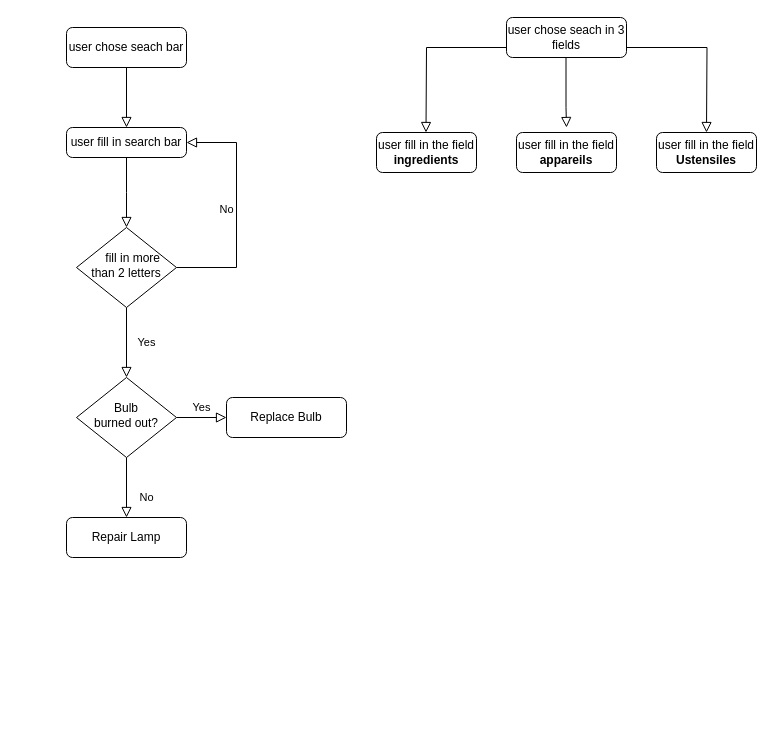
This is Diagramme sans nom.drawio from YU-KENT/les-petits-plats, a draw.io file, before an edit. Source tidied: cells renumbered, new cells numbered last; positions are measured from the earlier drawing's top-left corner, leaving out a move shared by most shapes. Both pictures are drawn from the tidied source at 100%, with x=0, y=0 at pixel (66, 17).
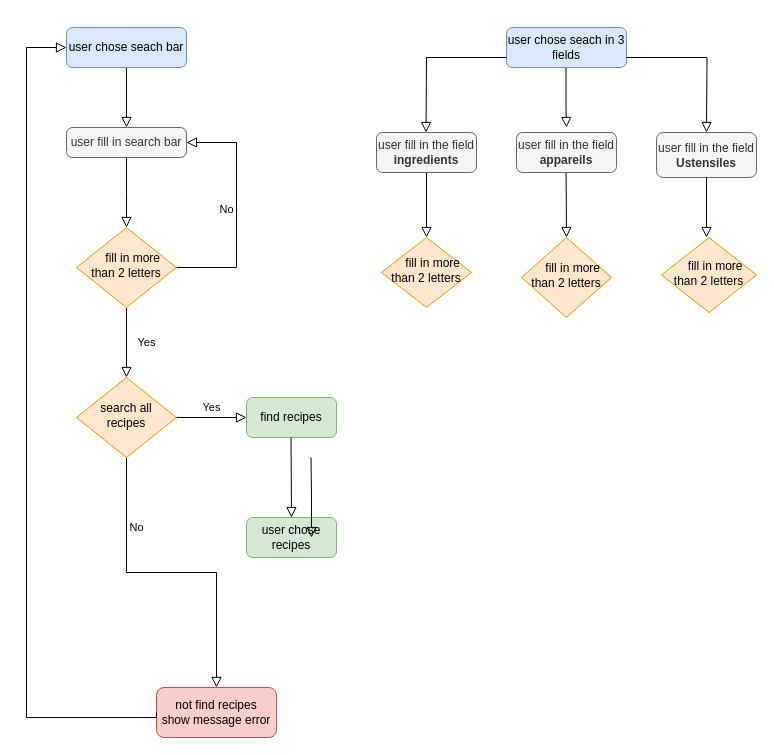
Above is the later version.

Commit message (it also covers changes not shown here):
Mettre à jour Diagramme sans nom.drawio

Change to the diagram source:
```diff
@@
+    <mxCell id="22" style="rounded=0;html=1;jettySize=auto;orthogonalLoop=1;fontSize=11;endArrow=block;endFill=0;endSize=8;strokeWidth=1;shadow=0;labelBackgroundColor=none;edgeStyle=orthogonalEdgeStyle;startArrow=none;" parent="1" edge="1">
+      <mxGeometry relative="1" as="geometry">
+        <mxPoint x="641" y="150" as="sourcePoint" />
+        <mxPoint x="640" y="220" as="targetPoint" />
+        <Array as="points">
+          <mxPoint x="641" y="160" />
+          <mxPoint x="640" y="160" />
+        </Array>
+      </mxGeometry>
+    </mxCell>
+    <mxCell id="19" style="rounded=0;html=1;jettySize=auto;orthogonalLoop=1;fontSize=11;endArrow=block;endFill=0;endSize=8;strokeWidth=1;shadow=0;labelBackgroundColor=none;edgeStyle=orthogonalEdgeStyle;startArrow=none;exitX=0.5;exitY=1;exitDx=0;exitDy=0;" parent="1" edge="1">
+      <mxGeometry relative="1" as="geometry">
+        <mxPoint x="499.5" y="40" as="sourcePoint" />
+        <mxPoint x="500" y="110" as="targetPoint" />
+        <Array as="points">
+          <mxPoint x="500" y="90" />
+          <mxPoint x="500" y="90" />
+        </Array>
+      </mxGeometry>
+    </mxCell>
+    <mxCell id="23" style="rounded=0;html=1;jettySize=auto;fontSize=11;endArrow=block;endFill=0;endSize=8;strokeWidth=1;shadow=0;labelBackgroundColor=none;edgeStyle=orthogonalEdgeStyle;startArrow=none;exitX=0.5;exitY=1;exitDx=0;exitDy=0;entryX=0.5;entryY=0;entryDx=0;entryDy=0;" parent="1" edge="1" target="30">
+      <mxGeometry relative="1" as="geometry">
+        <mxPoint x="499.5" y="140" as="sourcePoint" />
+      </mxGeometry>
+    </mxCell>
+    <mxCell id="24" style="rounded=0;html=1;jettySize=auto;orthogonalLoop=1;fontSize=11;endArrow=block;endFill=0;endSize=8;strokeWidth=1;shadow=0;labelBackgroundColor=none;edgeStyle=orthogonalEdgeStyle;startArrow=none;" parent="1" edge="1">
+      <mxGeometry relative="1" as="geometry">
+        <mxPoint x="360" y="150" as="sourcePoint" />
+        <mxPoint x="360" y="220" as="targetPoint" />
+      </mxGeometry>
+    </mxCell>
@@
-    <mxCell id="6" value="&amp;nbsp; &amp;nbsp; fill in more than 2 letters" style="rhombus;whiteSpace=wrap;html=1;shadow=0;fontFamily=Helvetica;fontSize=12;align=center;strokeWidth=1;spacing=6;spacingTop=-4;" parent="1" vertex="1">
+    <mxCell id="6" value="&amp;nbsp; &amp;nbsp; fill in more than 2 letters" style="rhombus;whiteSpace=wrap;html=1;shadow=0;fontFamily=Helvetica;fontSize=12;align=center;strokeWidth=1;spacing=6;spacingTop=-4;fillColor=#ffe6cc;strokeColor=#d79b00;" parent="1" vertex="1">
       <mxGeometry x="10" y="210" width="100" height="80" as="geometry" />
     </mxCell>
     <mxCell id="7" value="No" style="rounded=0;html=1;jettySize=auto;fontSize=11;endArrow=block;endFill=0;endSize=8;strokeWidth=1;shadow=0;labelBackgroundColor=none;edgeStyle=orthogonalEdgeStyle;" parent="1" edge="1" source="9" target="10">
-      <mxGeometry x="0.33" y="20" relative="1" as="geometry" />
+      <mxGeometry x="-0.56" y="10" relative="1" as="geometry" />
     </mxCell>
@@
-    <mxCell id="9" value="Bulb&lt;br&gt;burned out?" style="rhombus;whiteSpace=wrap;html=1;shadow=0;fontFamily=Helvetica;fontSize=12;align=center;strokeWidth=1;spacing=6;spacingTop=-4;" parent="1" vertex="1">
+    <mxCell id="9" value="search all recipes" style="rhombus;whiteSpace=wrap;html=1;shadow=0;fontFamily=Helvetica;fontSize=12;align=center;strokeWidth=1;spacing=6;spacingTop=-4;fillColor=#ffe6cc;strokeColor=#d79b00;" parent="1" vertex="1">
       <mxGeometry x="10" y="360" width="100" height="80" as="geometry" />
     </mxCell>
-    <mxCell id="10" value="Repair Lamp" style="rounded=1;whiteSpace=wrap;html=1;fontSize=12;glass=0;strokeWidth=1;shadow=0;" parent="1" vertex="1">
-      <mxGeometry y="500" width="120" height="40" as="geometry" />
+    <mxCell id="10" value="not find recipes&lt;br&gt;show message error" style="rounded=1;whiteSpace=wrap;html=1;fontSize=12;glass=0;strokeWidth=1;shadow=0;fillColor=#f8cecc;strokeColor=#b85450;" parent="1" vertex="1">
+      <mxGeometry x="90" y="670" width="120" height="50" as="geometry" />
     </mxCell>
-    <mxCell id="11" value="Replace Bulb" style="rounded=1;whiteSpace=wrap;html=1;fontSize=12;glass=0;strokeWidth=1;shadow=0;" parent="1" vertex="1">
-      <mxGeometry x="160" y="380" width="120" height="40" as="geometry" />
+    <mxCell id="11" value="find recipes" style="rounded=1;whiteSpace=wrap;html=1;fontSize=12;glass=0;strokeWidth=1;shadow=0;fillColor=#d5e8d4;strokeColor=#82b366;" parent="1" vertex="1">
+      <mxGeometry x="180" y="380" width="90" height="40" as="geometry" />
     </mxCell>
-    <mxCell id="12" value="user chose seach in 3 fields" style="rounded=1;whiteSpace=wrap;html=1;fontSize=12;glass=0;strokeWidth=1;shadow=0;" parent="1" vertex="1">
-      <mxGeometry x="440" width="120" height="40" as="geometry" />
+    <mxCell id="12" value="user chose seach in 3 fields" style="rounded=1;whiteSpace=wrap;html=1;fontSize=12;glass=0;strokeWidth=1;shadow=0;fillColor=#dae8fc;strokeColor=#6c8ebf;" parent="1" vertex="1">
+      <mxGeometry x="440" y="10" width="120" height="40" as="geometry" />
     </mxCell>
-    <mxCell id="13" value="user fill in search bar" style="rounded=1;whiteSpace=wrap;html=1;arcSize=20;" parent="1" vertex="1">
+    <mxCell id="13" value="user fill in search bar" style="rounded=1;whiteSpace=wrap;html=1;arcSize=20;fillColor=#f5f5f5;fontColor=#333333;strokeColor=#666666;" parent="1" vertex="1">
       <mxGeometry y="110" width="120" height="30" as="geometry" />
     </mxCell>
-    <mxCell id="14" value="user fill in the field &lt;b&gt;ingredients&lt;/b&gt;" style="rounded=1;whiteSpace=wrap;html=1;" parent="1" vertex="1">
+    <mxCell id="14" value="user fill in the field &lt;b&gt;ingredients&lt;/b&gt;" style="rounded=1;whiteSpace=wrap;html=1;fillColor=#f5f5f5;fontColor=#333333;strokeColor=#666666;" parent="1" vertex="1">
       <mxGeometry x="310" y="115" width="100" height="40" as="geometry" />
     </mxCell>
@@
-    <mxCell id="16" value="user chose seach bar" style="rounded=1;whiteSpace=wrap;html=1;fontSize=12;glass=0;strokeWidth=1;shadow=0;" parent="1" vertex="1">
+    <mxCell id="16" value="user chose seach bar" style="rounded=1;whiteSpace=wrap;html=1;fontSize=12;glass=0;strokeWidth=1;shadow=0;fillColor=#dae8fc;strokeColor=#6c8ebf;" parent="1" vertex="1">
       <mxGeometry y="10" width="120" height="40" as="geometry" />
     </mxCell>
-    <mxCell id="17" value="user fill in the field &lt;b&gt;appareils&lt;/b&gt;" style="rounded=1;whiteSpace=wrap;html=1;" parent="1" vertex="1">
+    <mxCell id="17" value="user fill in the field &lt;b&gt;appareils&lt;/b&gt;" style="rounded=1;whiteSpace=wrap;html=1;fillColor=#f5f5f5;fontColor=#333333;strokeColor=#666666;" parent="1" vertex="1">
       <mxGeometry x="450" y="115" width="100" height="40" as="geometry" />
     </mxCell>
-    <mxCell id="18" value="user fill in the field &lt;b&gt;Ustensiles&lt;/b&gt;" style="rounded=1;whiteSpace=wrap;html=1;" parent="1" vertex="1">
-      <mxGeometry x="590" y="115" width="100" height="40" as="geometry" />
+    <mxCell id="18" value="user fill in the field &lt;b&gt;Ustensiles&lt;/b&gt;" style="rounded=1;whiteSpace=wrap;html=1;fillColor=#f5f5f5;fontColor=#333333;strokeColor=#666666;" parent="1" vertex="1">
+      <mxGeometry x="590" y="115" width="100" height="45" as="geometry" />
     </mxCell>
-    <mxCell id="19" style="rounded=0;html=1;jettySize=auto;orthogonalLoop=1;fontSize=11;endArrow=block;endFill=0;endSize=8;strokeWidth=1;shadow=0;labelBackgroundColor=none;edgeStyle=orthogonalEdgeStyle;startArrow=none;exitX=0.5;exitY=1;exitDx=0;exitDy=0;" parent="1" edge="1">
-      <mxGeometry relative="1" as="geometry">
-        <mxPoint x="499.5" y="40" as="sourcePoint" />
-        <mxPoint x="500" y="110" as="targetPoint" />
-        <Array as="points">
-          <mxPoint x="500" y="90" />
-          <mxPoint x="500" y="90" />
-        </Array>
-      </mxGeometry>
-    </mxCell>
@@
+    <mxCell id="25" value="user chose recipes" style="rounded=1;whiteSpace=wrap;html=1;fontSize=12;glass=0;strokeWidth=1;shadow=0;fillColor=#d5e8d4;strokeColor=#82b366;" parent="1" vertex="1">
+      <mxGeometry x="180" y="500" width="90" height="40" as="geometry" />
+    </mxCell>
+    <mxCell id="26" style="rounded=0;html=1;jettySize=auto;fontSize=11;endArrow=block;endFill=0;endSize=8;strokeWidth=1;shadow=0;labelBackgroundColor=none;edgeStyle=orthogonalEdgeStyle;startArrow=none;exitX=0.5;exitY=1;exitDx=0;exitDy=0;entryX=0.5;entryY=0;entryDx=0;entryDy=0;" parent="1" edge="1" target="25">
+      <mxGeometry relative="1" as="geometry">
+        <mxPoint x="224.5" y="420" as="sourcePoint" />
+      </mxGeometry>
+    </mxCell>
+    <mxCell id="27" value="&amp;nbsp; &amp;nbsp; fill in more than 2 letters" style="rhombus;whiteSpace=wrap;html=1;shadow=0;fontFamily=Helvetica;fontSize=12;align=center;strokeWidth=1;spacing=6;spacingTop=-4;fillColor=#ffe6cc;strokeColor=#d79b00;" parent="1" vertex="1">
+      <mxGeometry x="315" y="220" width="90" height="70" as="geometry" />
+    </mxCell>
+    <mxCell id="28" style="rounded=0;html=1;jettySize=auto;fontSize=11;endArrow=block;endFill=0;endSize=8;strokeWidth=1;shadow=0;labelBackgroundColor=none;edgeStyle=orthogonalEdgeStyle;startArrow=none;entryX=0;entryY=0.5;entryDx=0;entryDy=0;exitX=0;exitY=0.5;exitDx=0;exitDy=0;" parent="1" edge="1" source="10" target="16">
+      <mxGeometry relative="1" as="geometry">
+        <Array as="points">
+          <mxPoint x="90" y="700" />
+          <mxPoint x="-40" y="700" />
+          <mxPoint x="-40" y="30" />
+        </Array>
+      </mxGeometry>
+    </mxCell>
+    <mxCell id="29" style="rounded=0;html=1;jettySize=auto;orthogonalLoop=1;fontSize=11;endArrow=block;endFill=0;endSize=8;strokeWidth=1;shadow=0;labelBackgroundColor=none;edgeStyle=orthogonalEdgeStyle;startArrow=none;exitX=0.5;exitY=1;exitDx=0;exitDy=0;entryX=0.5;entryY=0;entryDx=0;entryDy=0;" parent="1" edge="1">
+      <mxGeometry relative="1" as="geometry">
+        <mxPoint x="244.5" y="440" as="sourcePoint" />
+        <mxPoint x="245" y="520" as="targetPoint" />
+      </mxGeometry>
+    </mxCell>
+    <mxCell id="30" value="&amp;nbsp; &amp;nbsp; fill in more than 2 letters" style="rhombus;whiteSpace=wrap;html=1;shadow=0;fontFamily=Helvetica;fontSize=12;align=center;strokeWidth=1;spacing=6;spacingTop=-4;fillColor=#ffe6cc;strokeColor=#d79b00;" parent="1" vertex="1">
+      <mxGeometry x="455" y="220" width="90" height="80" as="geometry" />
+    </mxCell>
+    <mxCell id="31" value="&amp;nbsp; &amp;nbsp; fill in more than 2 letters" style="rhombus;whiteSpace=wrap;html=1;shadow=0;fontFamily=Helvetica;fontSize=12;align=center;strokeWidth=1;spacing=6;spacingTop=-4;fillColor=#ffe6cc;strokeColor=#d79b00;" parent="1" vertex="1">
+      <mxGeometry x="595" y="220" width="95" height="75" as="geometry" />
+    </mxCell>
```
